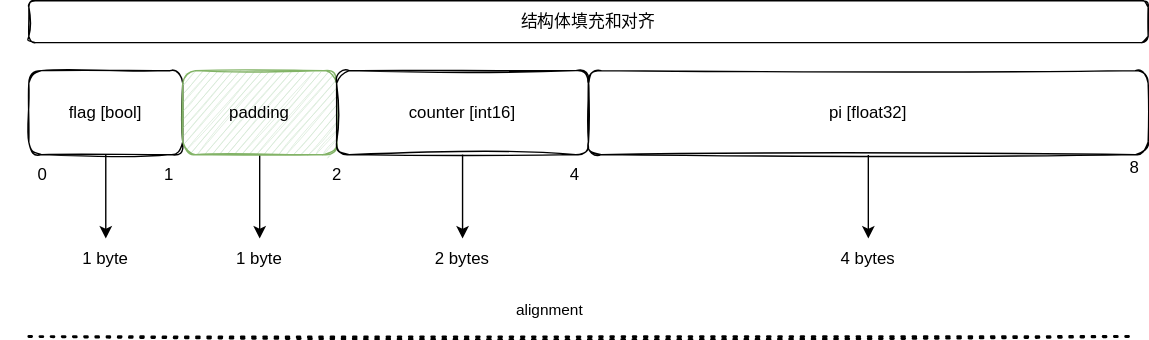
cd-home/Root keeps this draw.io diagram as 04-Go程序设计/04-Books/01-The Ultimate Go Notebook/images/struct_aligment.svg. Above is the earlier version. Source tidied: cells renumbered, new cells last; positions are measured from the earlier drawing's top-left corner, leaving out a move shared by most shapes. Source of this version:
```xml
<mxGraphModel>
  <root>
    <mxCell id="0" />
    <mxCell id="1" parent="0" />
    <mxCell id="2" value="结构体填充和对齐" style="rounded=1;whiteSpace=wrap;html=1;sketch=1;" parent="1" vertex="1">
      <mxGeometry x="20" width="800" height="30" as="geometry" />
    </mxCell>
    <mxCell id="3" style="edgeStyle=orthogonalEdgeStyle;rounded=0;jettySize=auto;html=1;" parent="1" edge="1" source="4">
      <mxGeometry relative="1" as="geometry">
        <mxPoint x="75" y="170" as="targetPoint" />
      </mxGeometry>
    </mxCell>
    <mxCell id="4" value="flag [bool]" style="rounded=1;whiteSpace=wrap;html=1;sketch=1;" parent="1" vertex="1">
      <mxGeometry x="20" y="50" width="110" height="60" as="geometry" />
    </mxCell>
    <mxCell id="5" style="edgeStyle=orthogonalEdgeStyle;rounded=0;jettySize=auto;html=1;" parent="1" edge="1" source="6">
      <mxGeometry relative="1" as="geometry">
        <mxPoint x="185" y="170" as="targetPoint" />
      </mxGeometry>
    </mxCell>
    <mxCell id="6" value="padding" style="rounded=1;whiteSpace=wrap;html=1;sketch=1;fillColor=#d5e8d4;strokeColor=#82b366;" parent="1" vertex="1">
      <mxGeometry x="130" y="50" width="110" height="60" as="geometry" />
    </mxCell>
    <mxCell id="7" style="edgeStyle=orthogonalEdgeStyle;rounded=0;jettySize=auto;html=1;" parent="1" edge="1" source="8">
      <mxGeometry relative="1" as="geometry">
        <mxPoint x="330" y="170" as="targetPoint" />
      </mxGeometry>
    </mxCell>
    <mxCell id="8" value="counter [int16]" style="rounded=1;whiteSpace=wrap;html=1;sketch=1;" parent="1" vertex="1">
      <mxGeometry x="240" y="50" width="180" height="60" as="geometry" />
    </mxCell>
    <mxCell id="9" style="edgeStyle=orthogonalEdgeStyle;rounded=0;jettySize=auto;html=1;" parent="1" edge="1" source="10">
      <mxGeometry relative="1" as="geometry">
        <mxPoint x="620" y="170" as="targetPoint" />
      </mxGeometry>
    </mxCell>
    <mxCell id="10" value="pi [float32]" style="rounded=1;whiteSpace=wrap;html=1;sketch=1;" parent="1" vertex="1">
      <mxGeometry x="420" y="50" width="400" height="60" as="geometry" />
    </mxCell>
    <mxCell id="11" value="0" style="text;html=1;strokeColor=none;fillColor=none;align=center;verticalAlign=middle;whiteSpace=wrap;rounded=0;sketch=1;" parent="1" vertex="1">
      <mxGeometry y="110" width="60" height="30" as="geometry" />
    </mxCell>
    <mxCell id="12" value="1" style="text;html=1;align=center;verticalAlign=middle;strokeColor=none;fillColor=none;sketch=1;" parent="1" vertex="1">
      <mxGeometry x="110" y="115" width="20" height="20" as="geometry" />
    </mxCell>
    <mxCell id="13" value="2" style="text;html=1;align=center;verticalAlign=middle;strokeColor=none;fillColor=none;sketch=1;" parent="1" vertex="1">
      <mxGeometry x="230" y="115" width="20" height="20" as="geometry" />
    </mxCell>
    <mxCell id="14" value="4" style="text;html=1;align=center;verticalAlign=middle;strokeColor=none;fillColor=none;sketch=1;" parent="1" vertex="1">
      <mxGeometry x="400" y="115" width="20" height="20" as="geometry" />
    </mxCell>
    <mxCell id="15" value="8" style="text;html=1;align=center;verticalAlign=middle;strokeColor=none;fillColor=none;sketch=1;" parent="1" vertex="1">
      <mxGeometry x="800" y="110" width="20" height="20" as="geometry" />
    </mxCell>
    <mxCell id="16" style="endArrow=none;dashed=1;html=1;dashPattern=1 3;strokeWidth=2;rounded=0;sketch=1;" parent="1" edge="1">
      <mxGeometry relative="1" as="geometry">
        <mxPoint x="20" y="240" as="sourcePoint" />
        <mxPoint x="810" y="240" as="targetPoint" />
      </mxGeometry>
    </mxCell>
    <mxCell id="17" value="alignment" style="edgeLabel;html=1;align=center;verticalAlign=middle;sketch=1;" parent="16" vertex="1">
      <mxGeometry x="-0.06" y="1" relative="1" as="geometry">
        <mxPoint y="-19" as="offset" />
      </mxGeometry>
    </mxCell>
    <mxCell id="18" value="1 byte" style="text;html=1;strokeColor=none;fillColor=none;align=center;verticalAlign=middle;whiteSpace=wrap;rounded=0;" parent="1" vertex="1">
      <mxGeometry x="45" y="170" width="60" height="30" as="geometry" />
    </mxCell>
    <mxCell id="19" value="1 byte" style="text;html=1;strokeColor=none;fillColor=none;align=center;verticalAlign=middle;whiteSpace=wrap;rounded=0;" parent="1" vertex="1">
      <mxGeometry x="155" y="170" width="60" height="30" as="geometry" />
    </mxCell>
    <mxCell id="20" value="2 bytes" style="text;html=1;strokeColor=none;fillColor=none;align=center;verticalAlign=middle;whiteSpace=wrap;rounded=0;" parent="1" vertex="1">
      <mxGeometry x="300" y="170" width="60" height="30" as="geometry" />
    </mxCell>
    <mxCell id="21" value="4 bytes" style="text;html=1;strokeColor=none;fillColor=none;align=center;verticalAlign=middle;whiteSpace=wrap;rounded=0;" parent="1" vertex="1">
      <mxGeometry x="590" y="170" width="60" height="30" as="geometry" />
    </mxCell>
  </root>
</mxGraphModel>
```
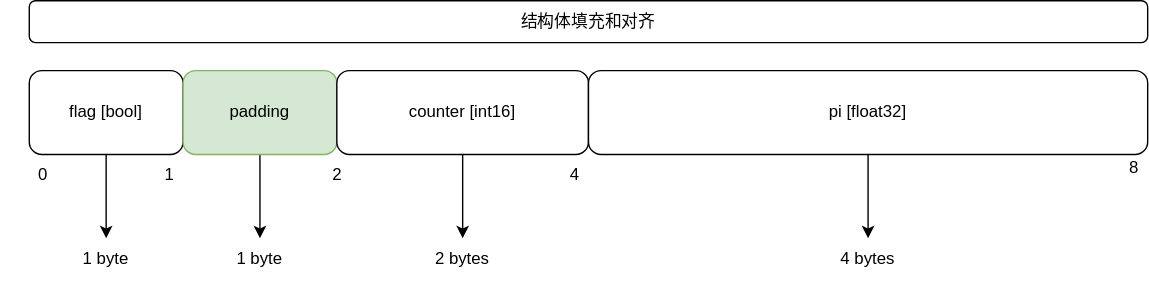
After the change.

What changed in the source:
```diff
@@ -2,7 +2,7 @@
   <root>
     <mxCell id="0" />
     <mxCell id="1" parent="0" />
-    <mxCell id="2" value="结构体填充和对齐" style="rounded=1;whiteSpace=wrap;html=1;sketch=1;" parent="1" vertex="1">
+    <mxCell id="2" value="结构体填充和对齐" style="rounded=1;whiteSpace=wrap;html=1;" parent="1" vertex="1">
       <mxGeometry x="20" width="800" height="30" as="geometry" />
     </mxCell>
     <mxCell id="3" style="edgeStyle=orthogonalEdgeStyle;rounded=0;jettySize=auto;html=1;" parent="1" edge="1" source="4">
@@ -10,7 +10,7 @@
         <mxPoint x="75" y="170" as="targetPoint" />
       </mxGeometry>
     </mxCell>
-    <mxCell id="4" value="flag [bool]" style="rounded=1;whiteSpace=wrap;html=1;sketch=1;" parent="1" vertex="1">
+    <mxCell id="4" value="flag [bool]" style="rounded=1;whiteSpace=wrap;html=1;" parent="1" vertex="1">
       <mxGeometry x="20" y="50" width="110" height="60" as="geometry" />
     </mxCell>
     <mxCell id="5" style="edgeStyle=orthogonalEdgeStyle;rounded=0;jettySize=auto;html=1;" parent="1" edge="1" source="6">
@@ -18,7 +18,7 @@
         <mxPoint x="185" y="170" as="targetPoint" />
       </mxGeometry>
     </mxCell>
-    <mxCell id="6" value="padding" style="rounded=1;whiteSpace=wrap;html=1;sketch=1;fillColor=#d5e8d4;strokeColor=#82b366;" parent="1" vertex="1">
+    <mxCell id="6" value="padding" style="rounded=1;whiteSpace=wrap;html=1;fillColor=#d5e8d4;strokeColor=#82b366;" parent="1" vertex="1">
       <mxGeometry x="130" y="50" width="110" height="60" as="geometry" />
     </mxCell>
     <mxCell id="7" style="edgeStyle=orthogonalEdgeStyle;rounded=0;jettySize=auto;html=1;" parent="1" edge="1" source="8">
@@ -26,7 +26,7 @@
         <mxPoint x="330" y="170" as="targetPoint" />
       </mxGeometry>
     </mxCell>
-    <mxCell id="8" value="counter [int16]" style="rounded=1;whiteSpace=wrap;html=1;sketch=1;" parent="1" vertex="1">
+    <mxCell id="8" value="counter [int16]" style="rounded=1;whiteSpace=wrap;html=1;" parent="1" vertex="1">
       <mxGeometry x="240" y="50" width="180" height="60" as="geometry" />
     </mxCell>
     <mxCell id="9" style="edgeStyle=orthogonalEdgeStyle;rounded=0;jettySize=auto;html=1;" parent="1" edge="1" source="10">
@@ -34,35 +34,24 @@
         <mxPoint x="620" y="170" as="targetPoint" />
       </mxGeometry>
     </mxCell>
-    <mxCell id="10" value="pi [float32]" style="rounded=1;whiteSpace=wrap;html=1;sketch=1;" parent="1" vertex="1">
+    <mxCell id="10" value="pi [float32]" style="rounded=1;whiteSpace=wrap;html=1;" parent="1" vertex="1">
       <mxGeometry x="420" y="50" width="400" height="60" as="geometry" />
     </mxCell>
-    <mxCell id="11" value="0" style="text;html=1;strokeColor=none;fillColor=none;align=center;verticalAlign=middle;whiteSpace=wrap;rounded=0;sketch=1;" parent="1" vertex="1">
+    <mxCell id="11" value="0" style="text;html=1;strokeColor=none;fillColor=none;align=center;verticalAlign=middle;whiteSpace=wrap;rounded=0;" parent="1" vertex="1">
       <mxGeometry y="110" width="60" height="30" as="geometry" />
     </mxCell>
-    <mxCell id="12" value="1" style="text;html=1;align=center;verticalAlign=middle;strokeColor=none;fillColor=none;sketch=1;" parent="1" vertex="1">
+    <mxCell id="12" value="1" style="text;html=1;align=center;verticalAlign=middle;strokeColor=none;fillColor=none;" parent="1" vertex="1">
       <mxGeometry x="110" y="115" width="20" height="20" as="geometry" />
     </mxCell>
-    <mxCell id="13" value="2" style="text;html=1;align=center;verticalAlign=middle;strokeColor=none;fillColor=none;sketch=1;" parent="1" vertex="1">
+    <mxCell id="13" value="2" style="text;html=1;align=center;verticalAlign=middle;strokeColor=none;fillColor=none;" parent="1" vertex="1">
       <mxGeometry x="230" y="115" width="20" height="20" as="geometry" />
     </mxCell>
-    <mxCell id="14" value="4" style="text;html=1;align=center;verticalAlign=middle;strokeColor=none;fillColor=none;sketch=1;" parent="1" vertex="1">
+    <mxCell id="14" value="4" style="text;html=1;align=center;verticalAlign=middle;strokeColor=none;fillColor=none;" parent="1" vertex="1">
       <mxGeometry x="400" y="115" width="20" height="20" as="geometry" />
     </mxCell>
-    <mxCell id="15" value="8" style="text;html=1;align=center;verticalAlign=middle;strokeColor=none;fillColor=none;sketch=1;" parent="1" vertex="1">
+    <mxCell id="15" value="8" style="text;html=1;align=center;verticalAlign=middle;strokeColor=none;fillColor=none;" parent="1" vertex="1">
       <mxGeometry x="800" y="110" width="20" height="20" as="geometry" />
     </mxCell>
-    <mxCell id="16" style="endArrow=none;dashed=1;html=1;dashPattern=1 3;strokeWidth=2;rounded=0;sketch=1;" parent="1" edge="1">
-      <mxGeometry relative="1" as="geometry">
-        <mxPoint x="20" y="240" as="sourcePoint" />
-        <mxPoint x="810" y="240" as="targetPoint" />
-      </mxGeometry>
-    </mxCell>
-    <mxCell id="17" value="alignment" style="edgeLabel;html=1;align=center;verticalAlign=middle;sketch=1;" parent="16" vertex="1">
-      <mxGeometry x="-0.06" y="1" relative="1" as="geometry">
-        <mxPoint y="-19" as="offset" />
-      </mxGeometry>
-    </mxCell>
     <mxCell id="18" value="1 byte" style="text;html=1;strokeColor=none;fillColor=none;align=center;verticalAlign=middle;whiteSpace=wrap;rounded=0;" parent="1" vertex="1">
       <mxGeometry x="45" y="170" width="60" height="30" as="geometry" />
     </mxCell>
```
